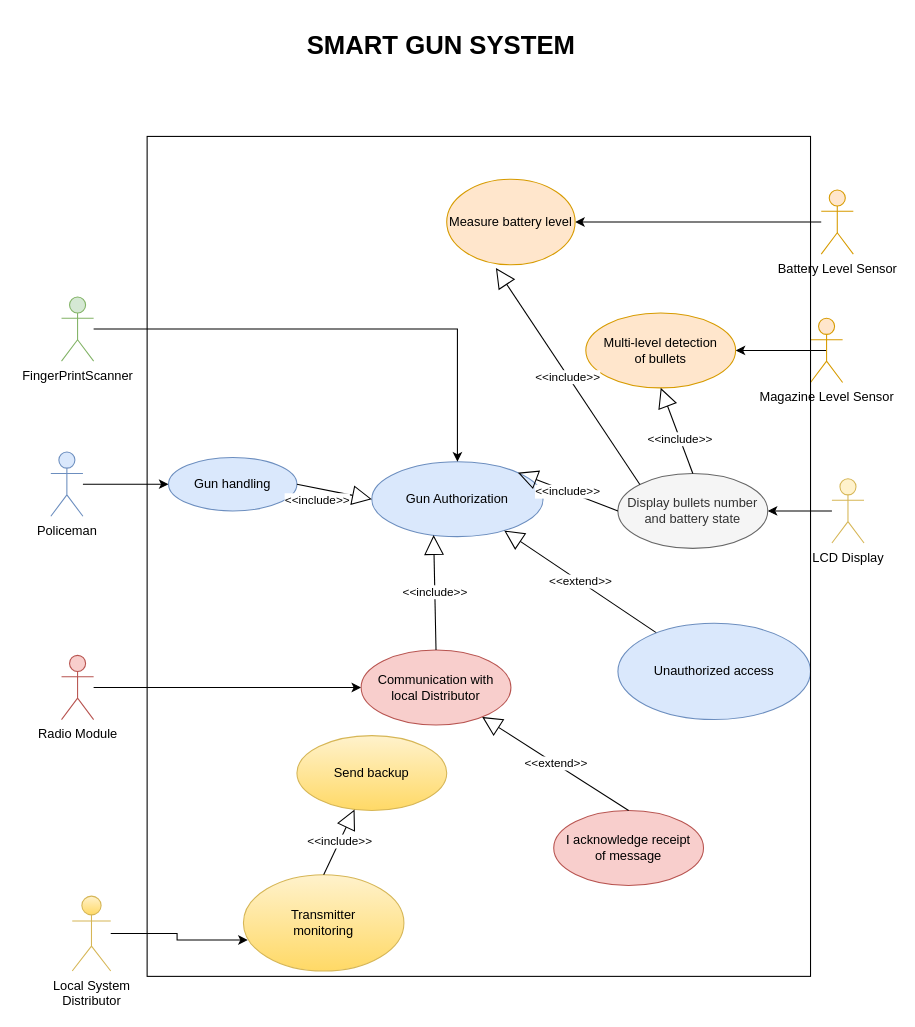
Before: smart_gun.drawio in mardyr/UML-and-diagrams, a draw.io diagram. Source tidied: cells renumbered, new cells numbered last; positions are measured from the earlier drawing's top-left corner, leaving out a move shared by most shapes. Both pictures are drawn from the tidied source at 107%, with x=0, y=0 at pixel (50, 18).
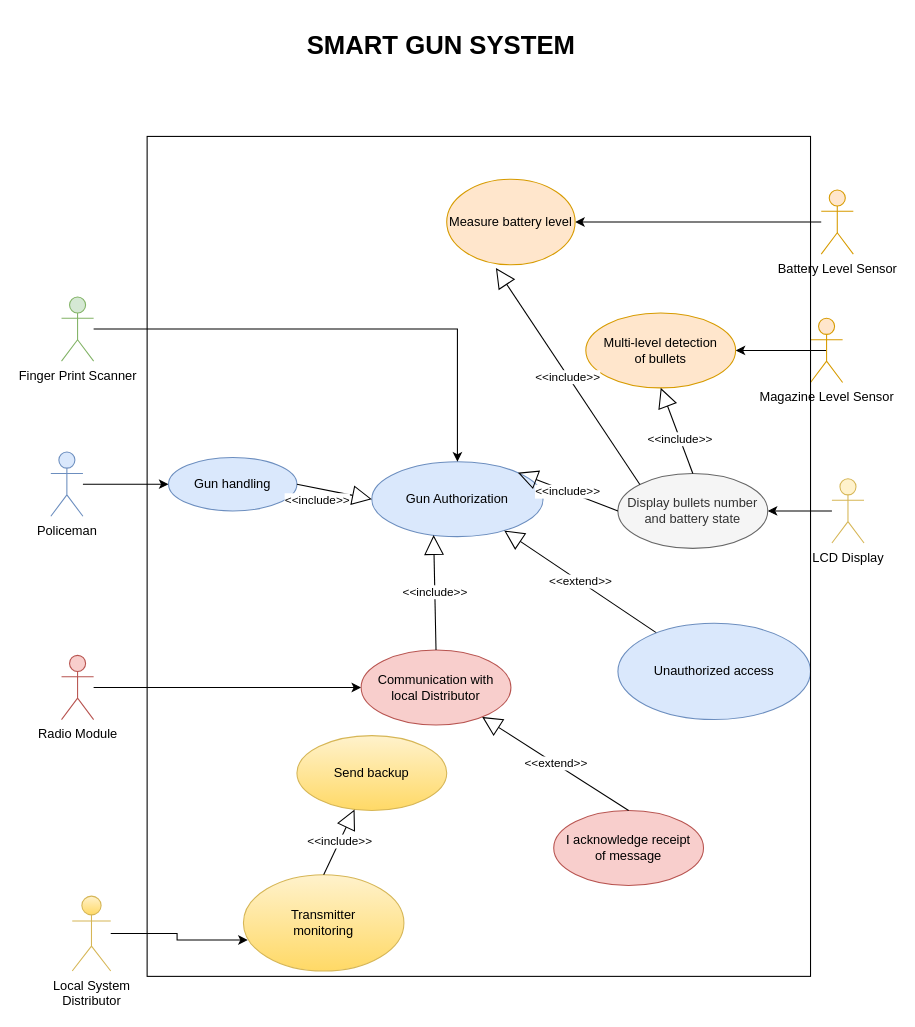
After the change.

The edit, as a diff of the source:
```diff
@@
-    <mxCell id="34" value="FingerPrintScanner" style="shape=umlActor;verticalLabelPosition=bottom;verticalAlign=top;html=1;outlineConnect=0;fillColor=#d5e8d4;strokeColor=#82b366;" parent="1" vertex="1">
+    <mxCell id="34" value="Finger Print Scanner" style="shape=umlActor;verticalLabelPosition=bottom;verticalAlign=top;html=1;outlineConnect=0;fillColor=#d5e8d4;strokeColor=#82b366;" parent="1" vertex="1">
       <mxGeometry x="10" y="260" width="30" height="60" as="geometry" />
     </mxCell>
```
